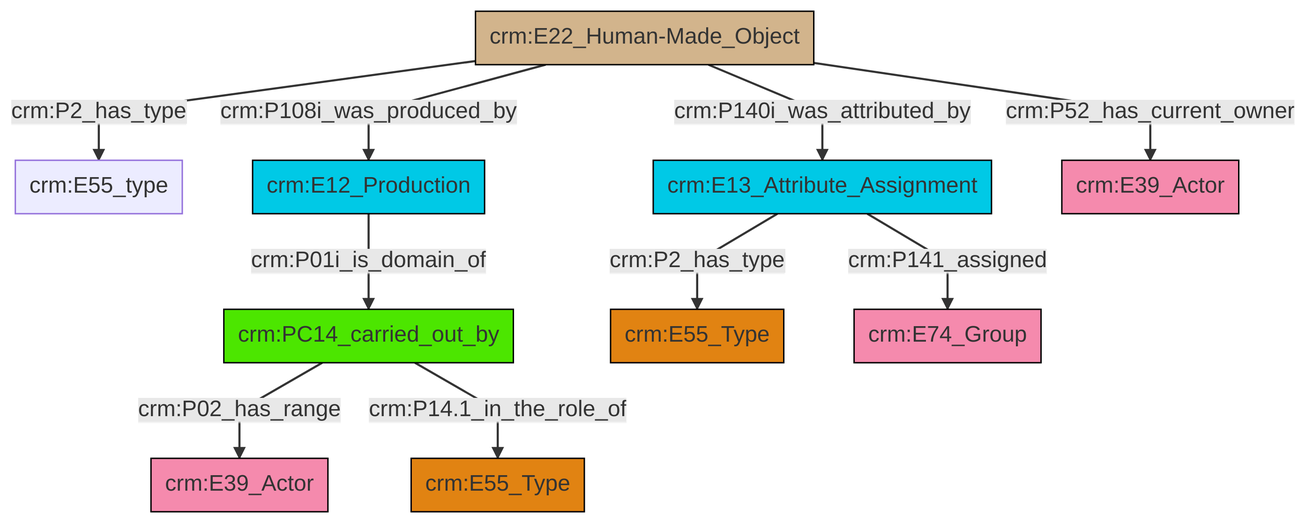
swiss-art-research-net/docs.swissartresearch keeps this Mermaid diagram as et/builtWorkCSV/ttl/mmd/png/Built_Work_actor_relations.png. Above is the earlier version. Its source is kept beside it as et/builtWorkCSV/ttl/mmd/Built_Work_actor_relations.ttl.mmd.
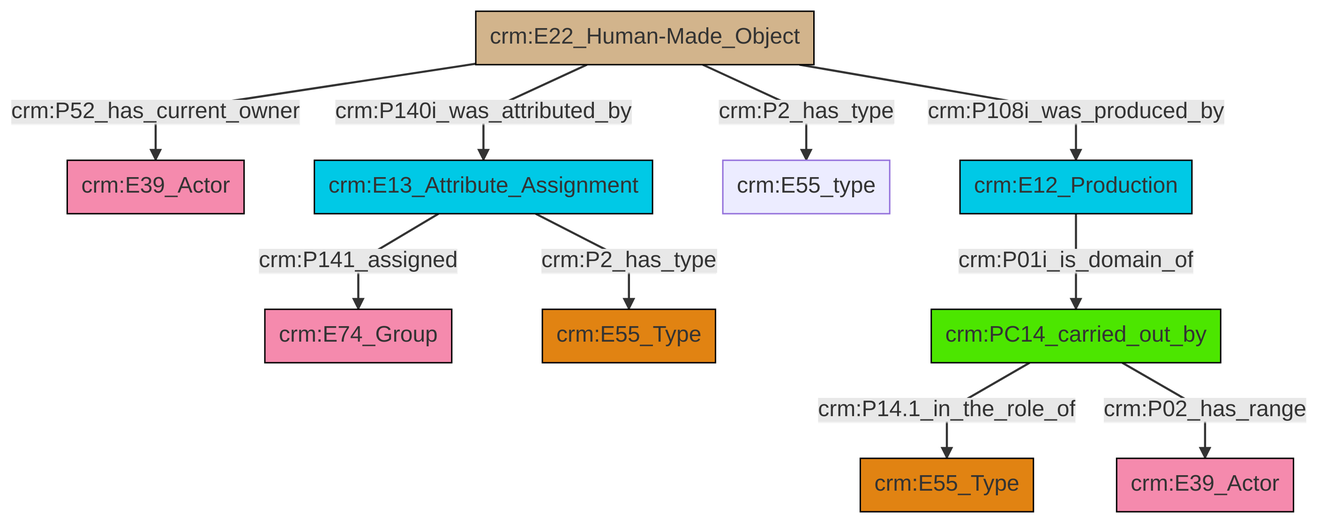
Above is the later version.

Change to the diagram source:
```diff
@@ -13,12 +13,12 @@
 classDef PC_Classes fill:#4ce600, stroke:#000000;
 classDef Multi fill:#cccccc,stroke:#000000;
 
-2["crm:E22_Human-Made_Object"]:::Physical_Thing -->|crm:P2_has_type| 0["crm:E55_type"]:::Default
-4["crm:E12_Production"]:::Temporal_Entity -->|crm:P01i_is_domain_of| 10["crm:PC14_carried_out_by"]:::PC_Classes
-2["crm:E22_Human-Made_Object"]:::Physical_Thing -->|crm:P108i_was_produced_by| 4["crm:E12_Production"]:::Temporal_Entity
-10["crm:PC14_carried_out_by"]:::PC_Classes -->|crm:P02_has_range| 13["crm:E39_Actor"]:::Actor
-2["crm:E22_Human-Made_Object"]:::Physical_Thing -->|crm:P140i_was_attributed_by| 14["crm:E13_Attribute_Assignment"]:::Temporal_Entity
-2["crm:E22_Human-Made_Object"]:::Physical_Thing -->|crm:P52_has_current_owner| 6["crm:E39_Actor"]:::Actor
-14["crm:E13_Attribute_Assignment"]:::Temporal_Entity -->|crm:P2_has_type| 8["crm:E55_Type"]:::Type
-10["crm:PC14_carried_out_by"]:::PC_Classes -->|crm:P14.1_in_the_role_of| 11["crm:E55_Type"]:::Type
-14["crm:E13_Attribute_Assignment"]:::Temporal_Entity -->|crm:P141_assigned| 15["crm:E74_Group"]:::Actor
+4["crm:E13_Attribute_Assignment"]:::Temporal_Entity -->|crm:P141_assigned| 5["crm:E74_Group"]:::Actor
+6["crm:E22_Human-Made_Object"]:::Physical_Thing -->|crm:P52_has_current_owner| 0["crm:E39_Actor"]:::Actor
+10["crm:PC14_carried_out_by"]:::PC_Classes -->|crm:P14.1_in_the_role_of| 2["crm:E55_Type"]:::Type
+6["crm:E22_Human-Made_Object"]:::Physical_Thing -->|crm:P140i_was_attributed_by| 4["crm:E13_Attribute_Assignment"]:::Temporal_Entity
+10["crm:PC14_carried_out_by"]:::PC_Classes -->|crm:P02_has_range| 12["crm:E39_Actor"]:::Actor
+6["crm:E22_Human-Made_Object"]:::Physical_Thing -->|crm:P2_has_type| 18["crm:E55_type"]:::Default
+16["crm:E12_Production"]:::Temporal_Entity -->|crm:P01i_is_domain_of| 10["crm:PC14_carried_out_by"]:::PC_Classes
+6["crm:E22_Human-Made_Object"]:::Physical_Thing -->|crm:P108i_was_produced_by| 16["crm:E12_Production"]:::Temporal_Entity
+4["crm:E13_Attribute_Assignment"]:::Temporal_Entity -->|crm:P2_has_type| 14["crm:E55_Type"]:::Type
```
